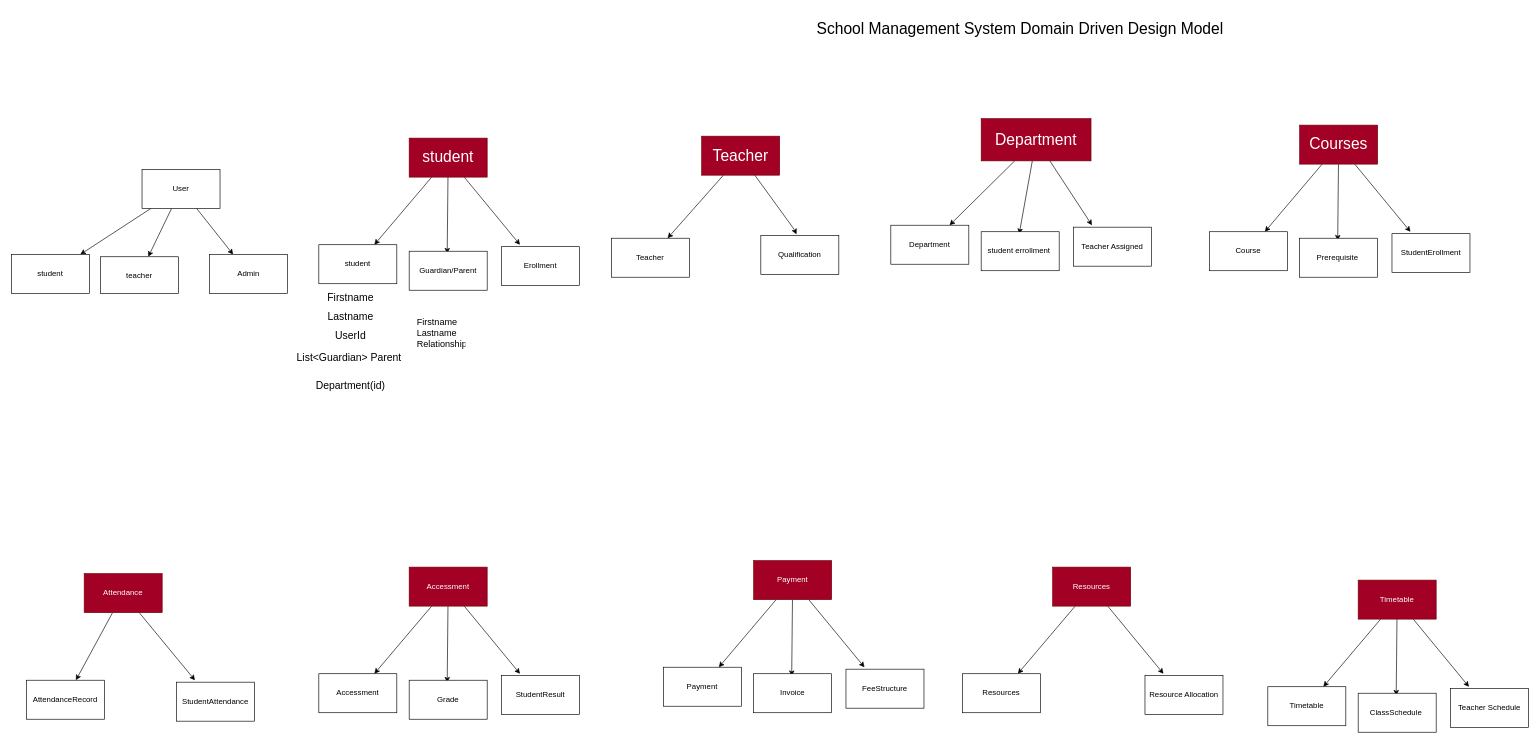
Above: app.drawio in hakeem2499/SchoolAutomation (draw.io), before the change. Source tidied: cells renumbered, new cells numbered last; positions are measured from the earlier drawing's top-left corner, leaving out a move shared by most shapes. Both pictures are drawn from the tidied source at 65%, with x=0, y=0 at pixel (11, 11).
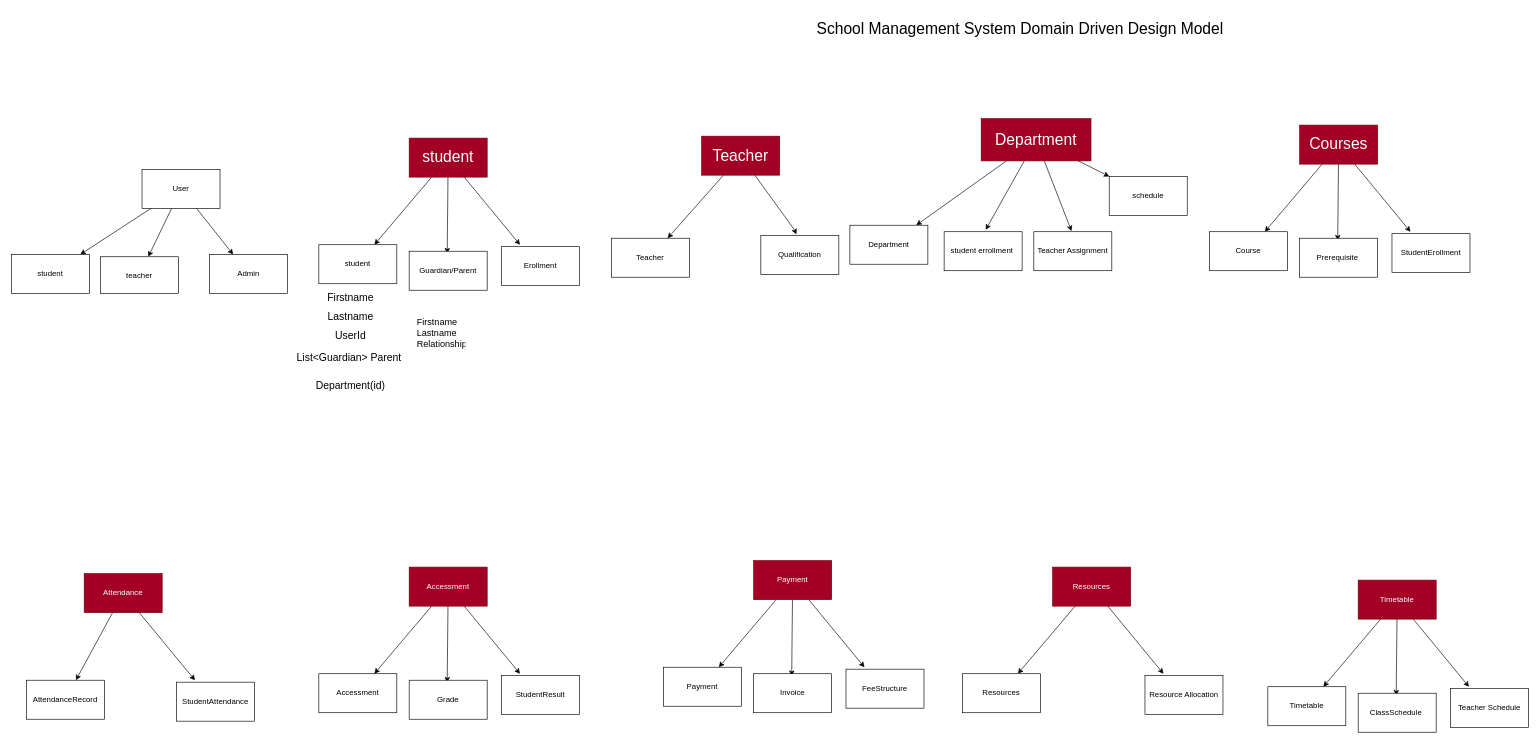
After the change.

The change refers to these unchanged cells:
```xml
<mxCell id="24" value="&lt;font style=&quot;font-size: 24px;&quot;&gt;Department&lt;/font&gt;" style="rounded=0;whiteSpace=wrap;html=1;fillColor=#a20025;fontColor=#ffffff;strokeColor=#6F0000;" parent="1" vertex="1">
  <mxGeometry x="1492" y="165" width="169" height="65" as="geometry" />
</mxCell>
```

The edit, as a diff of the source:
```diff
@@
     <mxCell id="22" style="edgeStyle=none;html=1;" parent="1" edge="1" source="24">
       <mxGeometry relative="1" as="geometry">
-        <mxPoint x="1550.5" y="342.6" as="targetPoint" />
+        <mxPoint x="1499" y="336" as="targetPoint" />
       </mxGeometry>
     </mxCell>
     <mxCell id="23" style="edgeStyle=none;html=1;" parent="1" edge="1" source="24">
       <mxGeometry relative="1" as="geometry">
-        <mxPoint x="1662.5" y="329.1" as="targetPoint" />
+        <mxPoint x="1631" y="338" as="targetPoint" />
       </mxGeometry>
     </mxCell>
+    <mxCell id="73" style="edgeStyle=none;html=1;" parent="1" edge="1" source="24" target="74">
+      <mxGeometry relative="1" as="geometry" />
+    </mxCell>
@@
     <mxCell id="25" value="Department" style="rounded=0;whiteSpace=wrap;html=1;" parent="1" vertex="1">
-      <mxGeometry x="1353" y="329" width="120" height="60" as="geometry" />
+      <mxGeometry x="1290" y="329" width="120" height="60" as="geometry" />
     </mxCell>
     <mxCell id="26" value="student errollment&amp;nbsp;" style="rounded=0;whiteSpace=wrap;html=1;" parent="1" vertex="1">
-      <mxGeometry x="1492" y="339" width="120" height="60" as="geometry" />
+      <mxGeometry x="1435" y="339" width="120" height="60" as="geometry" />
     </mxCell>
-    <mxCell id="27" value="Teacher Assigned" style="rounded=0;whiteSpace=wrap;html=1;" parent="1" vertex="1">
-      <mxGeometry x="1634" y="332" width="120" height="60" as="geometry" />
+    <mxCell id="27" value="Teacher Assignment" style="rounded=0;whiteSpace=wrap;html=1;" parent="1" vertex="1">
+      <mxGeometry x="1573" y="339" width="120" height="60" as="geometry" />
     </mxCell>
@@
+    <mxCell id="74" value="schedule" style="rounded=0;whiteSpace=wrap;html=1;" parent="1" vertex="1">
+      <mxGeometry x="1689" y="254" width="120" height="60" as="geometry" />
+    </mxCell>
```
